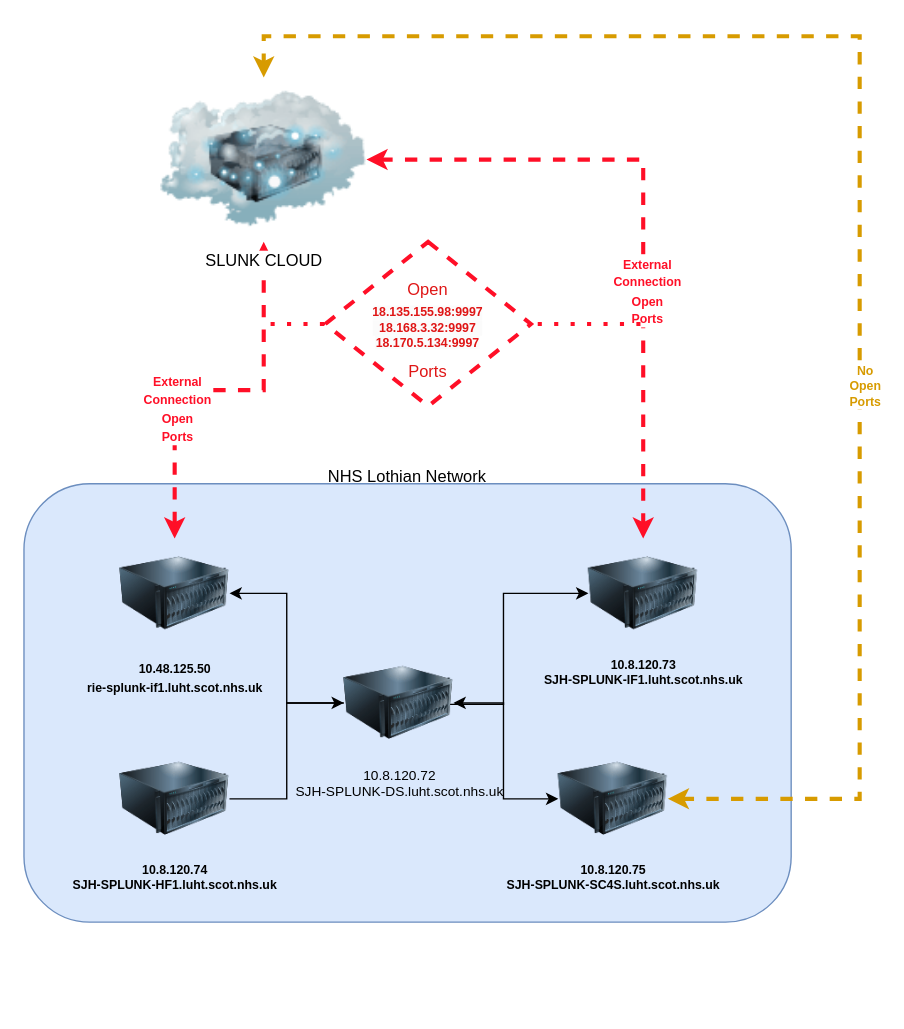
The draw.io diagram SplunkIntegration.drawio in auchmon/auchmon, before the edit. Source tidied: cells renumbered, new cells numbered last; positions are measured from the earlier drawing's top-left corner, leaving out a move shared by most shapes. Both pictures are drawn from the tidied source at 137%, with x=0, y=0 at pixel (23, 36).
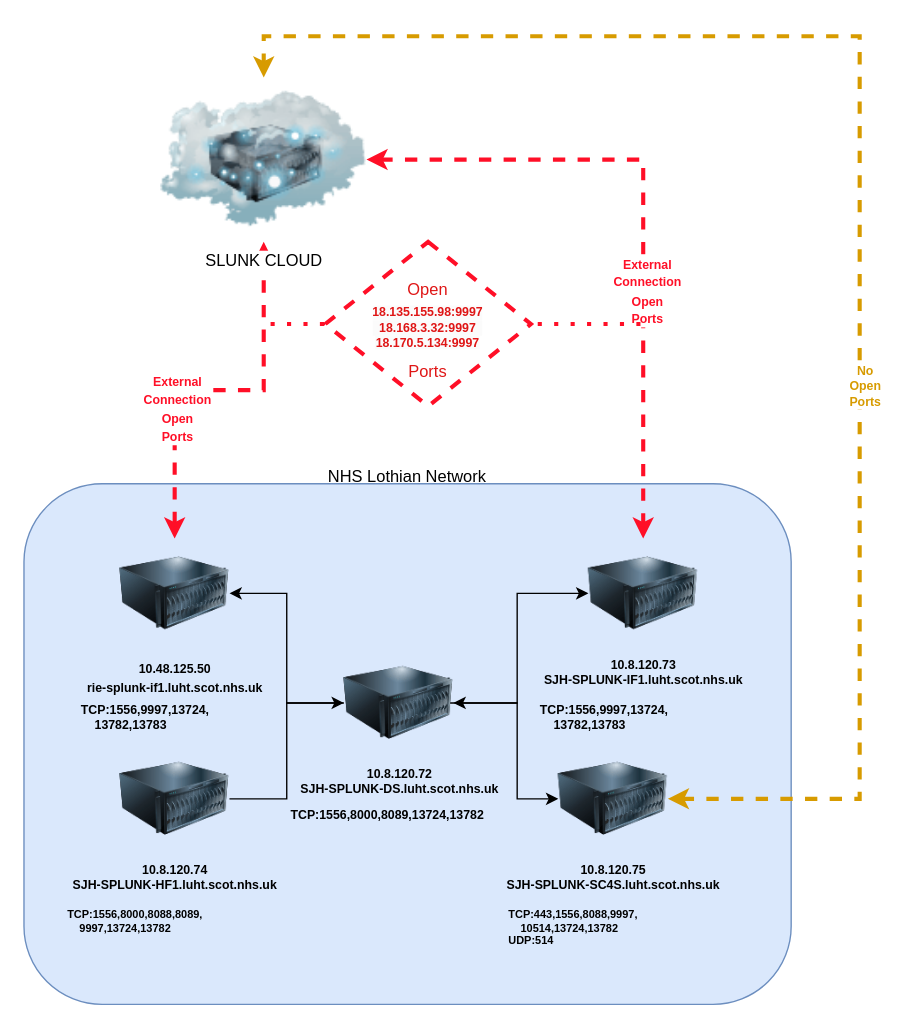
The same diagram, later.

Unchanged cells that the change refers to:
```xml
<mxCell id="6" value="10.8.120.73 &lt;br style=&quot;font-size: 9px;&quot;&gt;SJH-SPLUNK-IF1.luht.scot.nhs.uk" style="image;html=1;image=img/lib/clip_art/computers/Server_128x128.png;labelBackgroundColor=none;fontSize=9;fontStyle=1;" parent="2" vertex="1">
  <mxGeometry x="382" y="60" width="80" height="80" as="geometry" />
</mxCell>
<mxCell id="10" value="10.8.120.75 &lt;br style=&quot;font-size: 9px;&quot;&gt;SJH-SPLUNK-SC4S.luht.scot.nhs.uk" style="image;html=1;image=img/lib/clip_art/computers/Server_128x128.png;labelBackgroundColor=none;fontSize=9;fontStyle=1;verticalAlign=top;" parent="2" vertex="1">
  <mxGeometry x="360" y="210" width="80" height="80" as="geometry" />
</mxCell>
```

The edit, as a diff of the source:
```diff
@@
     <mxCell id="2" style="group;" parent="1" vertex="1">
-      <mxGeometry x="30" y="306.6" width="530" height="340" as="geometry" />
+      <mxGeometry x="30" y="306.6" width="530" height="400" as="geometry" />
     </mxCell>
     <mxCell id="3" style="rounded=1;whiteSpace=wrap;html=1;fillColor=#dae8fc;strokeColor=#6c8ebf;" parent="2" vertex="1">
-      <mxGeometry x="-30" y="20" width="560" height="320" as="geometry" />
+      <mxGeometry x="-30" y="20" width="560" height="380" as="geometry" />
     </mxCell>
@@
-    <mxCell id="5" value="&lt;font style=&quot;font-size: 9px;&quot;&gt;10.48.125.50 &lt;br&gt;rie-splunk-if1.luht.scot.nhs.uk&lt;/font&gt;" style="image;html=1;image=img/lib/clip_art/computers/Server_128x128.png;labelBackgroundColor=none;fontStyle=1;" parent="2" vertex="1">
+    <mxCell id="5" value="&lt;font style=&quot;font-size: 9px;&quot;&gt;10.48.125.50 &lt;br&gt;rie-splunk-if1.luht.scot.nhs.uk&lt;/font&gt;" style="image;html=1;image=img/lib/clip_art/computers/Server_128x128.png;labelBackgroundColor=none;fontStyle=1;align=center;" parent="2" vertex="1">
       <mxGeometry x="40" y="60" width="80" height="80" as="geometry" />
     </mxCell>
@@
     <mxCell id="9" style="edgeStyle=orthogonalEdgeStyle;rounded=0;jettySize=auto;html=1;entryX=1;entryY=0.5;entryDx=0;entryDy=0;startArrow=classic;startFill=1;" parent="2" edge="1" source="10" target="13">
       <mxGeometry relative="1" as="geometry">
         <Array as="points">
-          <mxPoint x="320" y="250" />
-          <mxPoint x="320" y="180" />
+          <mxPoint x="330" y="250" />
+          <mxPoint x="330" y="180" />
         </Array>
       </mxGeometry>
     </mxCell>
@@
     <mxCell id="11" style="edgeStyle=orthogonalEdgeStyle;rounded=0;jettySize=auto;html=1;entryX=0;entryY=0.5;entryDx=0;entryDy=0;" parent="2" edge="1" target="6">
       <mxGeometry relative="1" as="geometry">
         <mxPoint x="223.5" y="180" as="sourcePoint" />
         <Array as="points">
-          <mxPoint x="320" y="181" />
-          <mxPoint x="320" y="100" />
+          <mxPoint x="330" y="180" />
+          <mxPoint x="330" y="100" />
         </Array>
       </mxGeometry>
     </mxCell>
@@
-    <mxCell id="13" value="10.8.120.72 &lt;br style=&quot;font-size: 10px;&quot;&gt;SJH-SPLUNK-DS.luht.scot.nhs.uk" style="image;html=1;image=img/lib/clip_art/computers/Server_128x128.png;fontSize=10;labelBackgroundColor=none;labelBorderColor=none;fontStyle=0;" parent="2" vertex="1">
+    <mxCell id="13" value="10.8.120.72 &lt;br style=&quot;font-size: 9px;&quot;&gt;SJH-SPLUNK-DS.luht.scot.nhs.uk" style="image;html=1;image=img/lib/clip_art/computers/Server_128x128.png;fontSize=9;labelBackgroundColor=none;labelBorderColor=none;fontStyle=1;" parent="2" vertex="1">
       <mxGeometry x="203.5" y="140" width="80" height="80" as="geometry" />
     </mxCell>
+    <mxCell id="27" value="TCP:443,1556,8088,9997,&#10;    10514,13724,13782&#10;UDP:514" style="text;whiteSpace=wrap;fontSize=8;fontStyle=1;align=left;" parent="2" vertex="1">
+      <mxGeometry x="322" y="323.4" width="140" height="50" as="geometry" />
+    </mxCell>
+    <mxCell id="28" value="TCP:1556,8000,8088,8089,&#10;    9997,13724,13782" style="text;whiteSpace=wrap;fontStyle=1;fontSize=8;" parent="2" vertex="1">
+      <mxGeometry y="323.4" width="113" height="30" as="geometry" />
+    </mxCell>
+    <mxCell id="29" value="TCP:1556,9997,13724,&#10;    13782,13783" style="text;whiteSpace=wrap;fontSize=9;fontStyle=1;" parent="2" vertex="1">
+      <mxGeometry x="10" y="173.4" width="120" height="46.6" as="geometry" />
+    </mxCell>
+    <mxCell id="30" value="TCP:1556,9997,13724,&#10;    13782,13783" style="text;whiteSpace=wrap;fontSize=9;fontStyle=1;" parent="2" vertex="1">
+      <mxGeometry x="345" y="173.4" width="110" height="30" as="geometry" />
+    </mxCell>
+    <mxCell id="31" value="TCP:1556,8000,8089,13724,13782" style="text;whiteSpace=wrap;fontSize=9;fontStyle=1;" parent="2" vertex="1">
+      <mxGeometry x="162.5" y="250" width="175" height="40" as="geometry" />
+    </mxCell>
```
